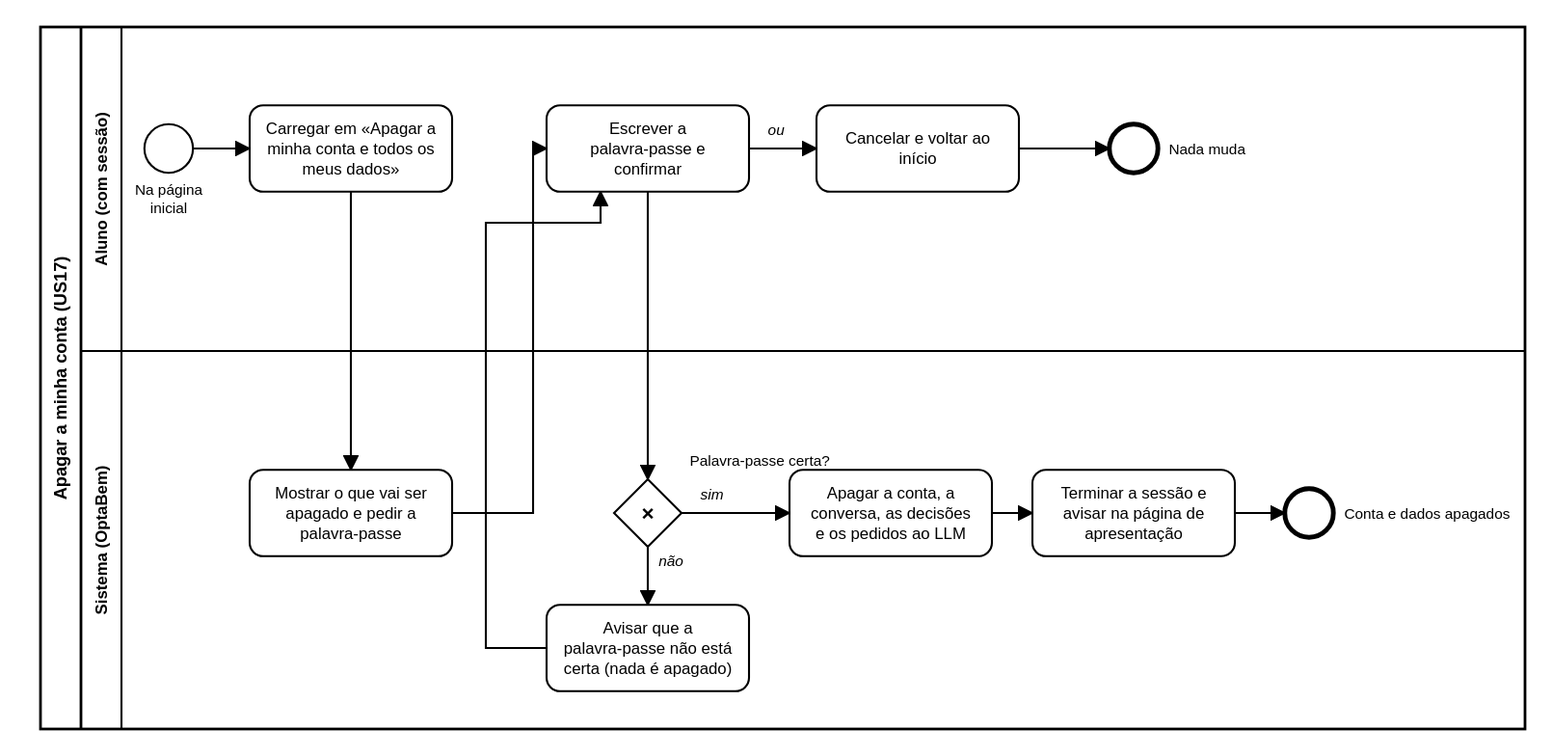
The BPMN diagram docs/US17/diagramas/bpmn.svg in Simaooo27/recomendador-ucs-opcionais, before a commit. Its source is kept beside it as docs/US17/diagramas/bpmn.bpmn. Ids are renumbered.
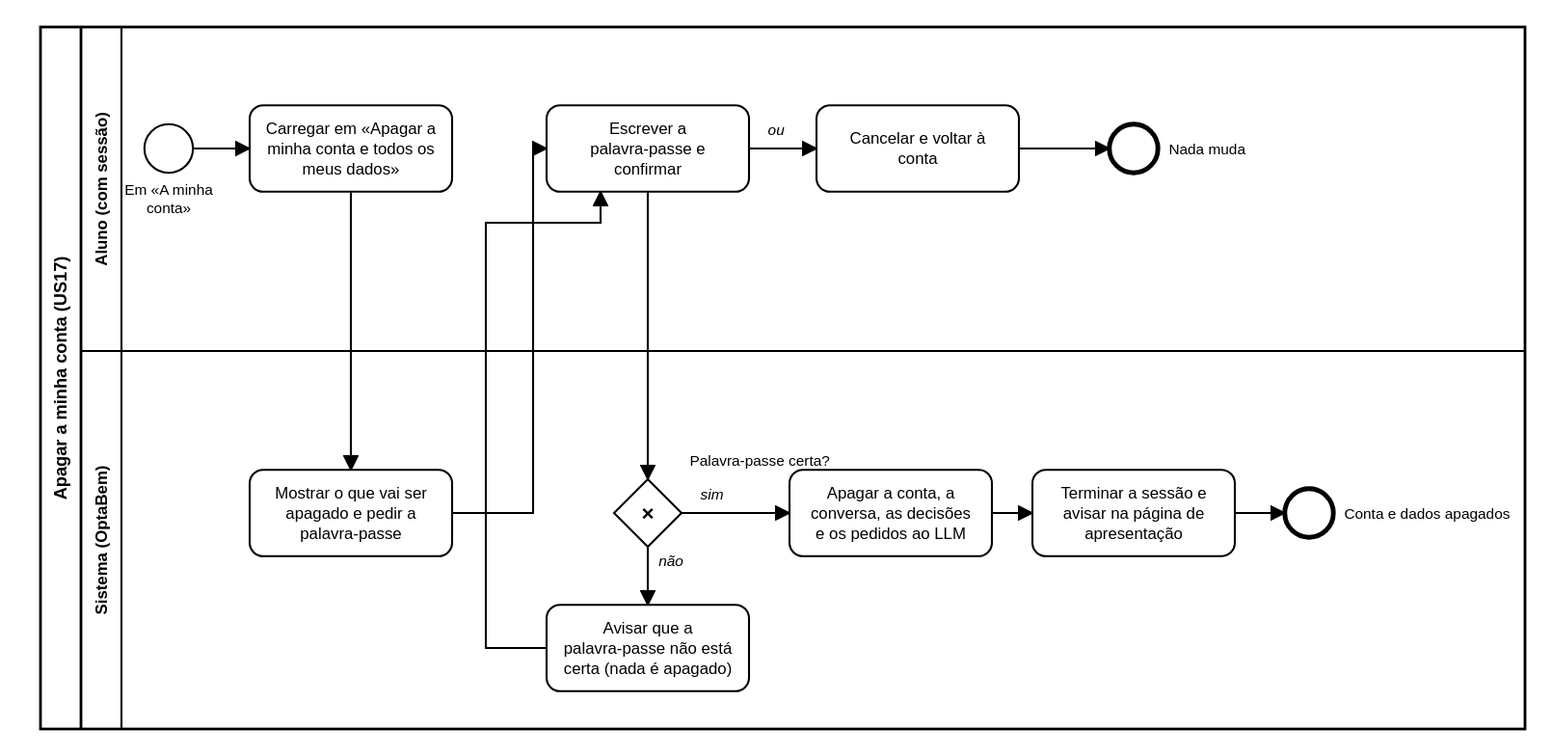
Later version of the same file.

What changed in the source:
```diff
@@ -20,7 +20,7 @@
         <bpmn:flowNodeRef>T6</bpmn:flowNodeRef>
       </bpmn:lane>
     </bpmn:laneSet>
-    <bpmn:startEvent id="S1" name="Na página inicial">
+    <bpmn:startEvent id="S1" name="Em «A minha conta»">
       <bpmn:outgoing>F1</bpmn:outgoing>
     </bpmn:startEvent>
     <bpmn:task id="T1" name="Carregar em «Apagar a minha conta e todos os meus dados»">
@@ -57,7 +57,7 @@
       <bpmn:incoming>F6</bpmn:incoming>
       <bpmn:outgoing>F7</bpmn:outgoing>
     </bpmn:task>
-    <bpmn:task id="C1" name="Cancelar e voltar ao início">
+    <bpmn:task id="C1" name="Cancelar e voltar à conta">
       <bpmn:incoming>F10</bpmn:incoming>
       <bpmn:outgoing>F11</bpmn:outgoing>
     </bpmn:task>
```
